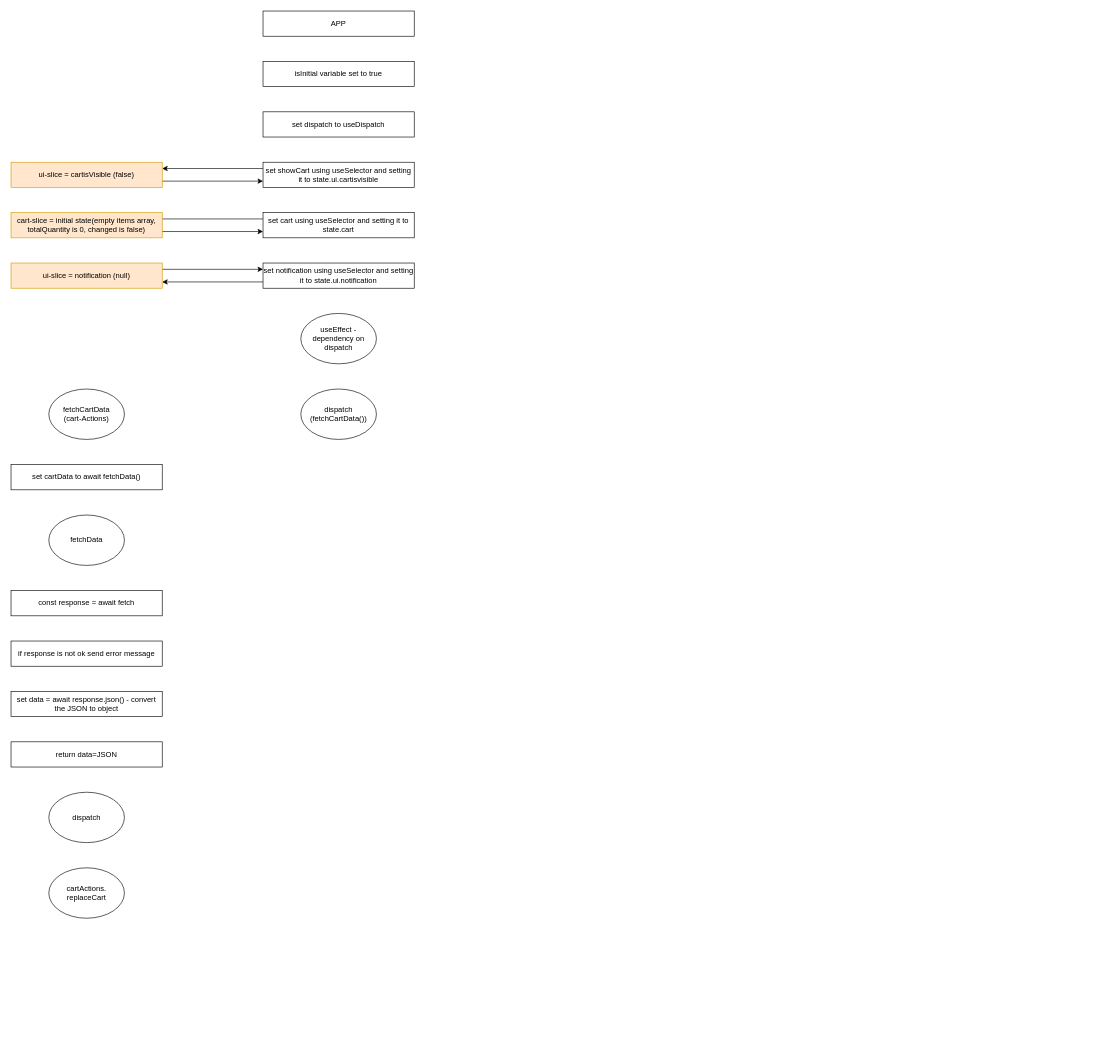
Above: page "Shopping cart- redux - starting page" (7 of 7) of Untitled Diagram.drawio in snair0410/story (draw.io), before the change. Source tidied: cells renumbered, new cells numbered last; positions are measured from the earlier drawing's top-left corner, leaving out a move shared by most shapes. Both pictures are drawn from the tidied source at 63%, with x=0, y=0 at pixel (11, 11).
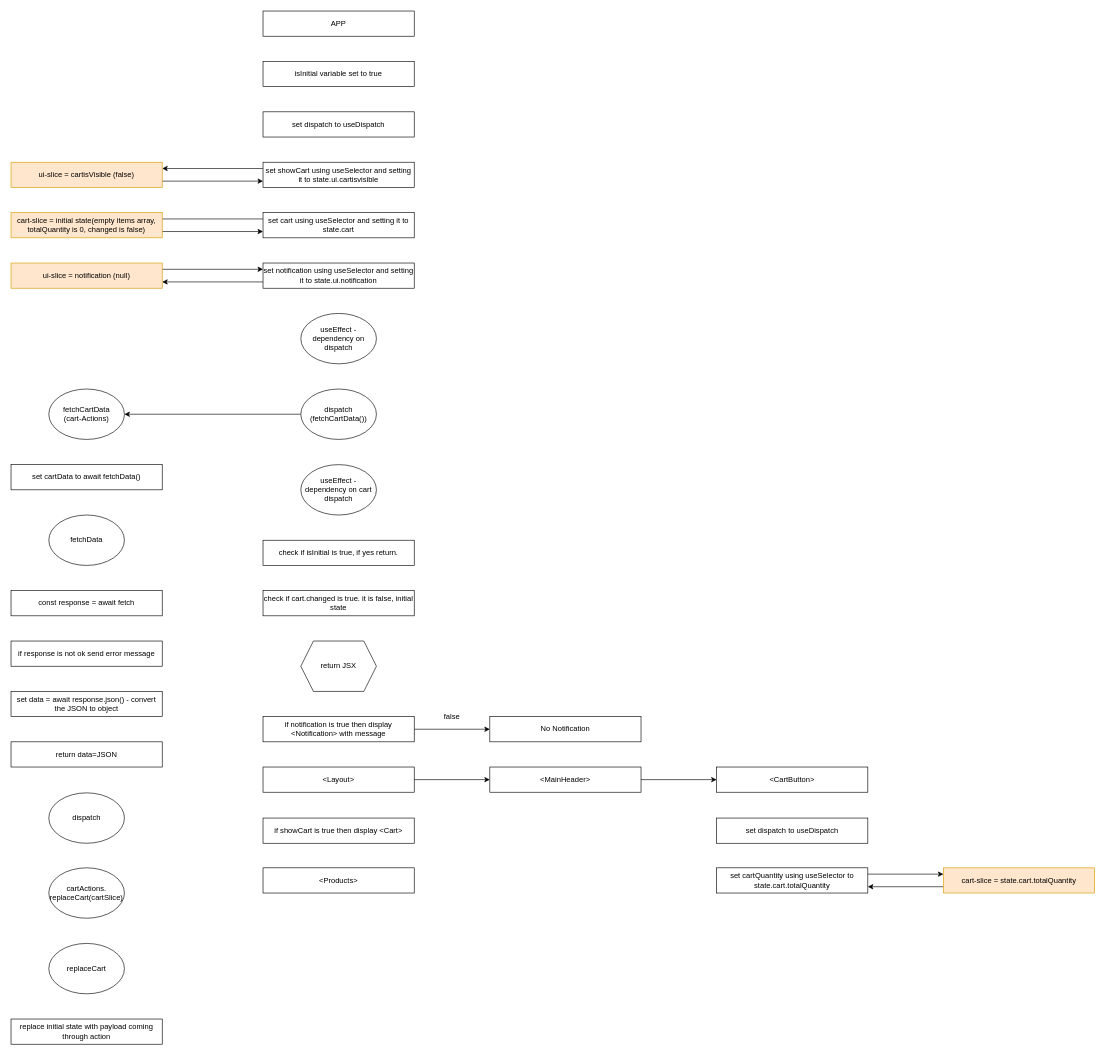
The same page after the edit.

The change refers to these unchanged cells:
```xml
<mxCell id="18" value="dispatch&lt;br&gt;(fetchCartData())" style="ellipse;whiteSpace=wrap;html=1;" parent="1" vertex="1">
  <mxGeometry x="460" y="600" width="120" height="80" as="geometry" />
</mxCell>
<mxCell id="19" value="fetchCartData&lt;br&gt;(cart-Actions)" style="ellipse;whiteSpace=wrap;html=1;" parent="1" vertex="1">
  <mxGeometry x="60" y="600" width="120" height="80" as="geometry" />
</mxCell>
```

The edit, as a diff of the source:
```diff
@@
+    <mxCell id="28" style="edgeStyle=orthogonalEdgeStyle;rounded=0;jettySize=auto;html=1;exitX=0;exitY=0.5;exitDx=0;exitDy=0;entryX=1;entryY=0.5;entryDx=0;entryDy=0;" parent="1" edge="1" source="18" target="19">
+      <mxGeometry relative="1" as="geometry" />
+    </mxCell>
@@
     <mxCell id="26" value="dispatch" style="ellipse;whiteSpace=wrap;html=1;" parent="1" vertex="1">
-      <mxGeometry x="60" y="1240" width="120" height="80" as="geometry" />
+      <mxGeometry x="60" y="1241" width="120" height="80" as="geometry" />
     </mxCell>
-    <mxCell id="27" value="cartActions.&lt;br&gt;replaceCart" style="ellipse;whiteSpace=wrap;html=1;" parent="1" vertex="1">
+    <mxCell id="27" value="cartActions.&lt;br&gt;replaceCart(cartSlice)" style="ellipse;whiteSpace=wrap;html=1;" parent="1" vertex="1">
       <mxGeometry x="60" y="1360" width="120" height="80" as="geometry" />
     </mxCell>
+    <mxCell id="29" value="replaceCart" style="ellipse;whiteSpace=wrap;html=1;" parent="1" vertex="1">
+      <mxGeometry x="60" y="1480" width="120" height="80" as="geometry" />
+    </mxCell>
+    <mxCell id="30" value="replace initial state with payload coming through action" style="rounded=0;whiteSpace=wrap;html=1;" parent="1" vertex="1">
+      <mxGeometry y="1600" width="240" height="40" as="geometry" />
+    </mxCell>
+    <mxCell id="31" value="check if isInitial is true, if yes return." style="rounded=0;whiteSpace=wrap;html=1;" parent="1" vertex="1">
+      <mxGeometry x="400" y="840" width="240" height="40" as="geometry" />
+    </mxCell>
+    <mxCell id="32" value="check if cart.changed is true. it is false, initial state" style="rounded=0;whiteSpace=wrap;html=1;" parent="1" vertex="1">
+      <mxGeometry x="400" y="920" width="240" height="40" as="geometry" />
+    </mxCell>
+    <mxCell id="33" value="useEffect - dependency on cart&lt;br&gt;dispatch" style="ellipse;whiteSpace=wrap;html=1;" parent="1" vertex="1">
+      <mxGeometry x="460" y="720" width="120" height="80" as="geometry" />
+    </mxCell>
+    <mxCell id="34" value="return JSX" style="shape=hexagon;perimeter=hexagonPerimeter2;whiteSpace=wrap;html=1;fixedSize=1;" parent="1" vertex="1">
+      <mxGeometry x="460" y="1000" width="120" height="80" as="geometry" />
+    </mxCell>
+    <mxCell id="35" style="edgeStyle=orthogonalEdgeStyle;rounded=0;jettySize=auto;html=1;exitX=1;exitY=0.5;exitDx=0;exitDy=0;entryX=0;entryY=0.5;entryDx=0;entryDy=0;" parent="1" edge="1" source="36" target="41">
+      <mxGeometry relative="1" as="geometry" />
+    </mxCell>
+    <mxCell id="36" value="if notification is true then display &amp;lt;Notification&amp;gt; with message" style="rounded=0;whiteSpace=wrap;html=1;" parent="1" vertex="1">
+      <mxGeometry x="400" y="1120" width="240" height="40" as="geometry" />
+    </mxCell>
+    <mxCell id="37" style="edgeStyle=orthogonalEdgeStyle;rounded=0;jettySize=auto;html=1;exitX=1;exitY=0.5;exitDx=0;exitDy=0;entryX=0;entryY=0.5;entryDx=0;entryDy=0;" parent="1" edge="1" source="38" target="44">
+      <mxGeometry relative="1" as="geometry" />
+    </mxCell>
+    <mxCell id="38" value="&amp;lt;Layout&amp;gt;" style="rounded=0;whiteSpace=wrap;html=1;" parent="1" vertex="1">
+      <mxGeometry x="400" y="1200" width="240" height="40" as="geometry" />
+    </mxCell>
+    <mxCell id="39" value="if showCart is true then display &amp;lt;Cart&amp;gt;" style="rounded=0;whiteSpace=wrap;html=1;" parent="1" vertex="1">
+      <mxGeometry x="400" y="1281" width="240" height="40" as="geometry" />
+    </mxCell>
+    <mxCell id="40" value="&amp;lt;Products&amp;gt;" style="rounded=0;whiteSpace=wrap;html=1;" parent="1" vertex="1">
+      <mxGeometry x="400" y="1360" width="240" height="40" as="geometry" />
+    </mxCell>
+    <mxCell id="41" value="No Notification" style="rounded=0;whiteSpace=wrap;html=1;" parent="1" vertex="1">
+      <mxGeometry x="760" y="1120" width="240" height="40" as="geometry" />
+    </mxCell>
+    <mxCell id="42" value="false" style="text;html=1;strokeColor=none;fillColor=none;align=center;verticalAlign=middle;whiteSpace=wrap;rounded=0;" parent="1" vertex="1">
+      <mxGeometry x="680" y="1110" width="40" height="20" as="geometry" />
+    </mxCell>
+    <mxCell id="43" style="edgeStyle=orthogonalEdgeStyle;rounded=0;jettySize=auto;html=1;exitX=1;exitY=0.5;exitDx=0;exitDy=0;entryX=0;entryY=0.5;entryDx=0;entryDy=0;" parent="1" edge="1" source="44" target="45">
+      <mxGeometry relative="1" as="geometry" />
+    </mxCell>
+    <mxCell id="44" value="&amp;lt;MainHeader&amp;gt;" style="rounded=0;whiteSpace=wrap;html=1;" parent="1" vertex="1">
+      <mxGeometry x="760" y="1200" width="240" height="40" as="geometry" />
+    </mxCell>
+    <mxCell id="45" value="&amp;lt;CartButton&amp;gt;" style="rounded=0;whiteSpace=wrap;html=1;" parent="1" vertex="1">
+      <mxGeometry x="1120" y="1200" width="240" height="40" as="geometry" />
+    </mxCell>
+    <mxCell id="46" value="set dispatch to useDispatch" style="rounded=0;whiteSpace=wrap;html=1;" parent="1" vertex="1">
+      <mxGeometry x="1120" y="1281" width="240" height="40" as="geometry" />
+    </mxCell>
+    <mxCell id="47" style="edgeStyle=orthogonalEdgeStyle;rounded=0;jettySize=auto;html=1;exitX=1;exitY=0.25;exitDx=0;exitDy=0;entryX=0;entryY=0.25;entryDx=0;entryDy=0;" parent="1" edge="1" source="48" target="50">
+      <mxGeometry relative="1" as="geometry" />
+    </mxCell>
+    <mxCell id="48" value="set cartQuantity using useSelector to state.cart.totalQuantity" style="rounded=0;whiteSpace=wrap;html=1;" parent="1" vertex="1">
+      <mxGeometry x="1120" y="1360" width="240" height="40" as="geometry" />
+    </mxCell>
+    <mxCell id="49" style="edgeStyle=orthogonalEdgeStyle;rounded=0;jettySize=auto;html=1;exitX=0;exitY=0.75;exitDx=0;exitDy=0;entryX=1;entryY=0.75;entryDx=0;entryDy=0;" parent="1" edge="1" source="50" target="48">
+      <mxGeometry relative="1" as="geometry" />
+    </mxCell>
+    <mxCell id="50" value="cart-slice = state.cart.totalQuantity" style="rounded=0;whiteSpace=wrap;html=1;fillColor=#ffe6cc;strokeColor=#d79b00;" parent="1" vertex="1">
+      <mxGeometry x="1480" y="1360" width="240" height="40" as="geometry" />
+    </mxCell>
```
